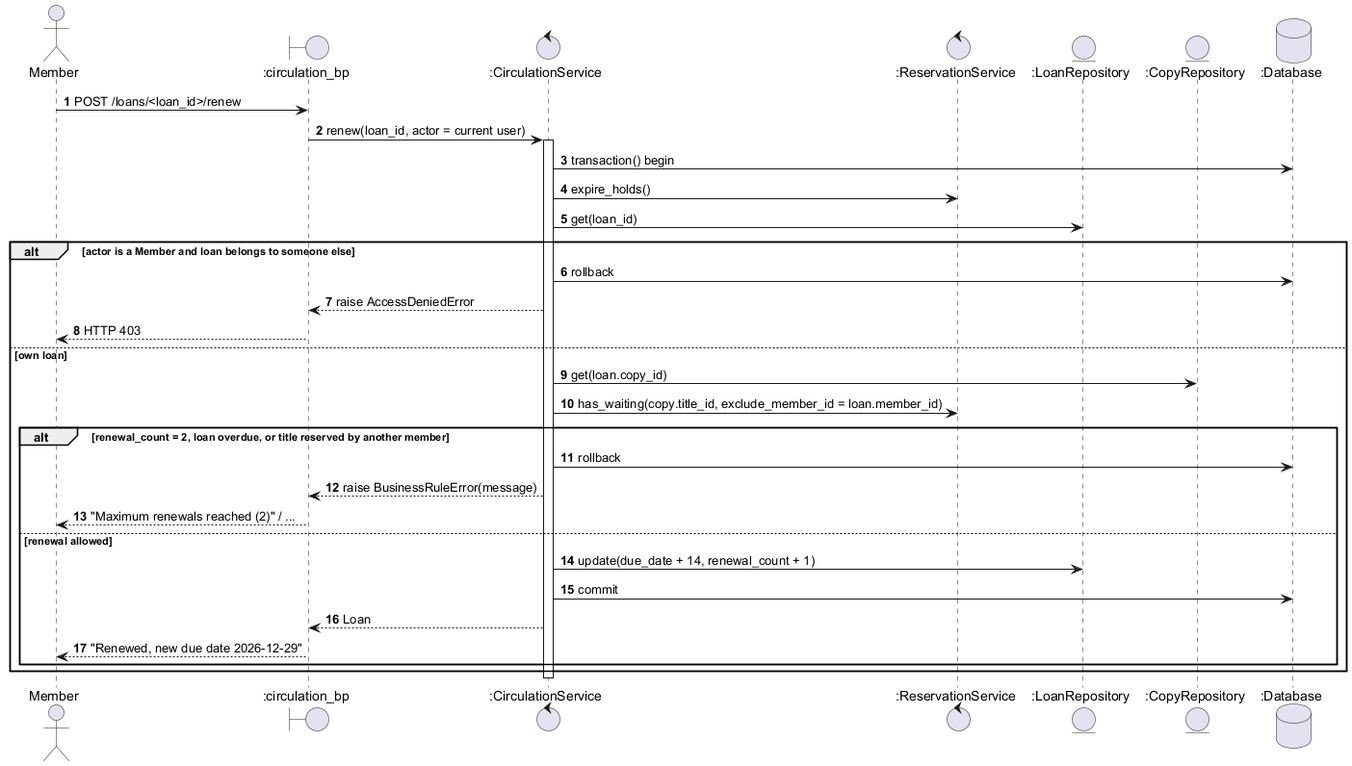
This is docs/models/img/seq-renew.png from imnvrml/library-management-system, a PlantUML export, as it was before one commit.
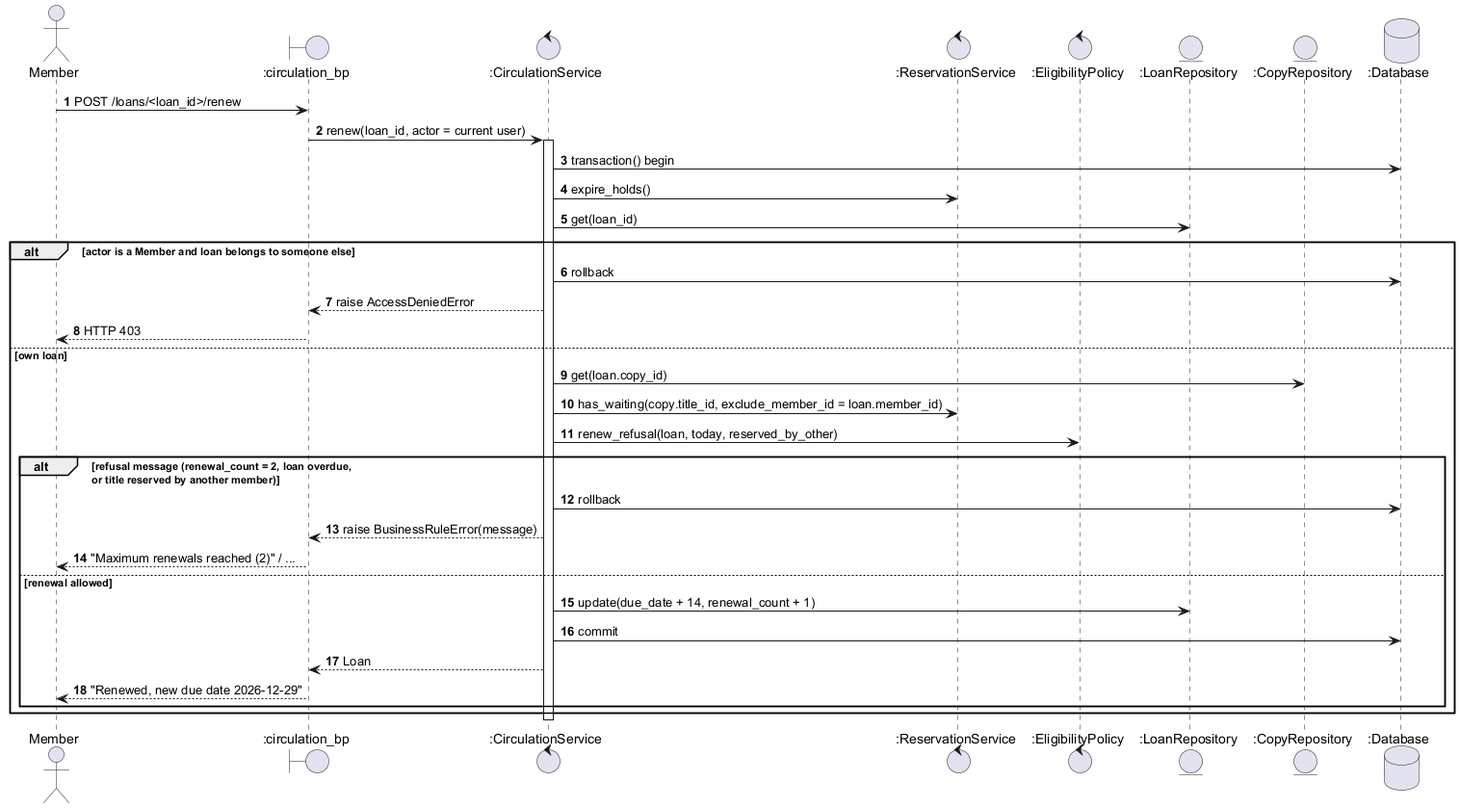
The same diagram one commit later.

Commit message:
docs(models): v1.1 - extract pure EligibilityPolicy so decision rules are unit-testable

Diff of the diagram source:
```diff
@@ -5,6 +5,7 @@
 boundary ":circulation_bp" as bp
 control ":CirculationService" as circ
 control ":ReservationService" as res
+control ":EligibilityPolicy" as pol
 entity ":LoanRepository" as loans
 entity ":CopyRepository" as copies
 database ":Database" as db
@@ -22,7 +23,8 @@
 else own loan
   circ -> copies : get(loan.copy_id)
   circ -> res : has_waiting(copy.title_id, exclude_member_id = loan.member_id)
-  alt renewal_count = 2, loan overdue, or title reserved by another member
+  circ -> pol : renew_refusal(loan, today, reserved_by_other)
+  alt refusal message (renewal_count = 2, loan overdue,\nor title reserved by another member)
     circ -> db : rollback
     circ --> bp : raise BusinessRuleError(message)
     bp --> Member : "Maximum renewals reached (2)" / ...
```
